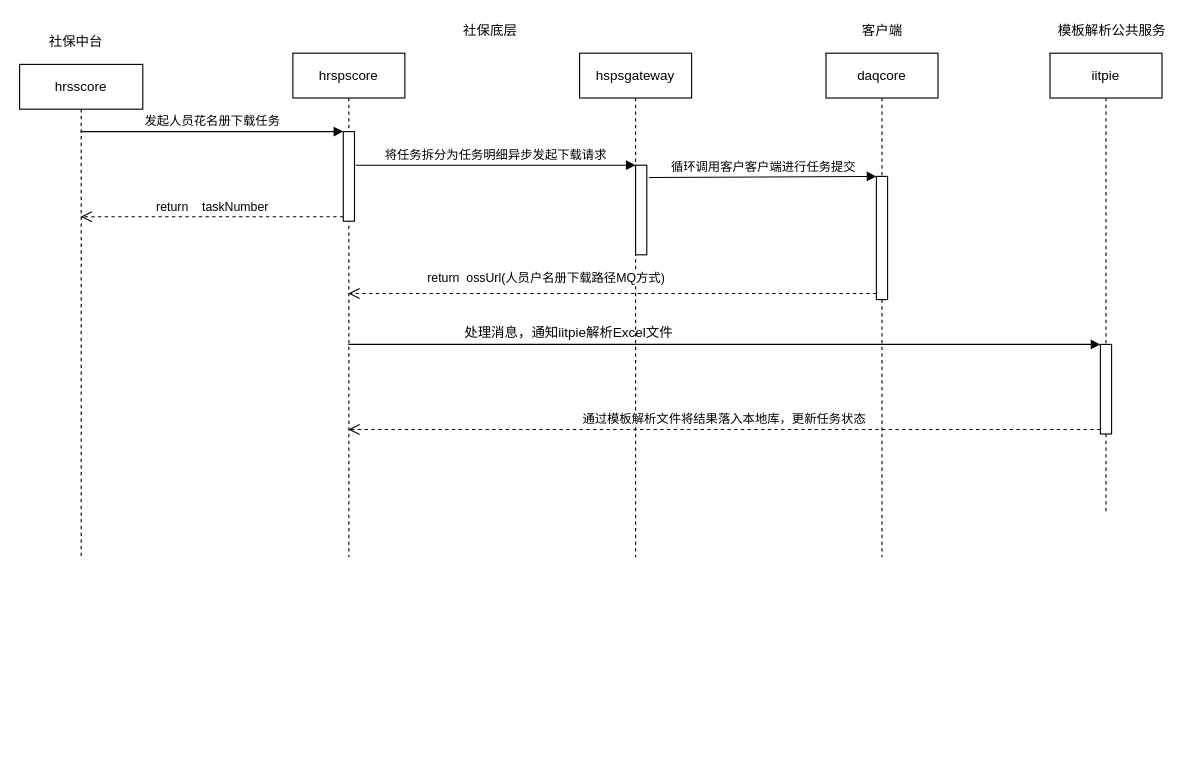
This is 【广州】人员花名册下载流程.drawio from YYB1024/myRemoteRepo, a draw.io file, before an edit. Source tidied: cells renumbered, new cells numbered last; positions are measured from the earlier drawing's top-left corner, leaving out a move shared by most shapes. Both pictures are drawn from the tidied source at 112%, with x=0, y=0 at pixel (19, 19).
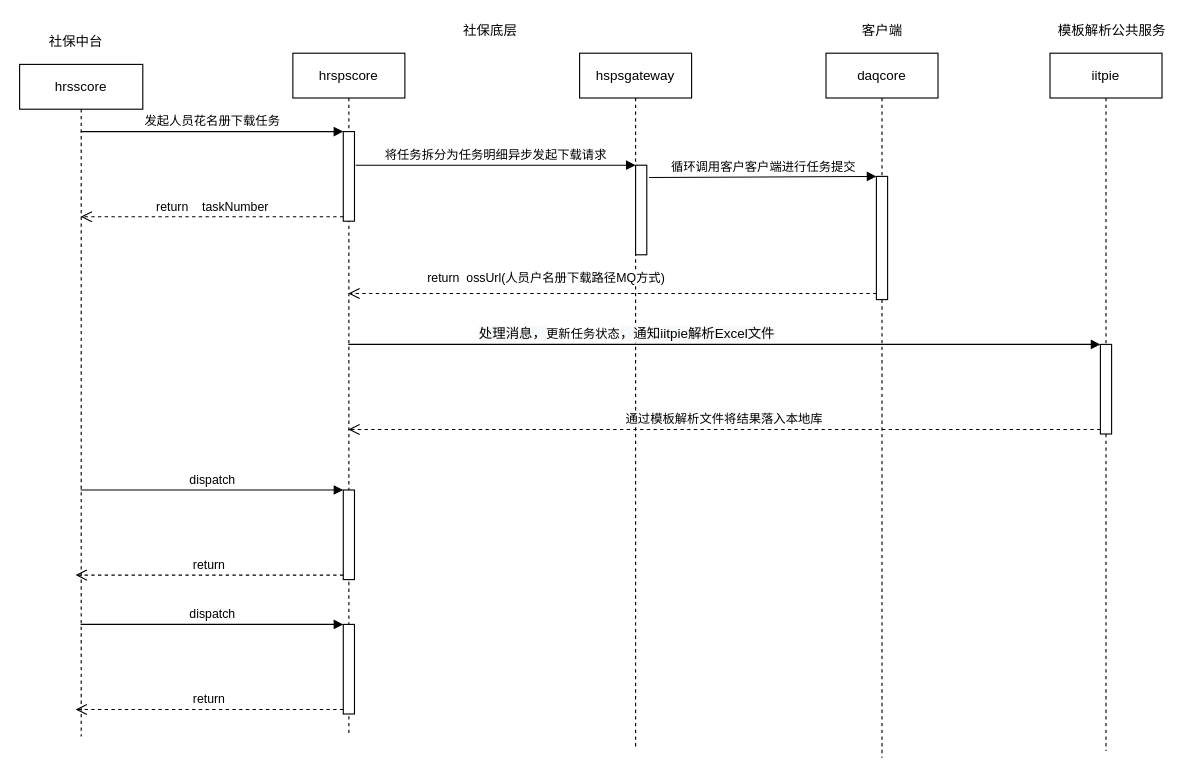
After the change.

Commit message:
更新【广州】人员花名册下载流程.drawio

The change refers to these unchanged cells:
```xml
<mxCell id="13" style="html=1;points=[];perimeter=orthogonalPerimeter;" parent="12" vertex="1">
  <mxGeometry x="45" y="260" width="10" height="80" as="geometry" />
</mxCell>
<mxCell id="20" style="html=1;verticalAlign=bottom;endArrow=block;entryX=0;entryY=0;rounded=0;" parent="1" edge="1" source="4" target="13">
  <mxGeometry relative="1" as="geometry" />
</mxCell>
```

The edit, as a diff of the source:
```diff
@@
     <mxCell id="2" value="hrsscore" style="shape=umlLifeline;perimeter=lifelinePerimeter;whiteSpace=wrap;html=1;outlineConnect=0;" parent="1" vertex="1">
-      <mxGeometry y="40" width="110" height="440" as="geometry" />
+      <mxGeometry y="40" width="110" height="600" as="geometry" />
     </mxCell>
@@
     <mxCell id="4" value="hrspscore" style="shape=umlLifeline;perimeter=lifelinePerimeter;whiteSpace=wrap;html=1;outlineConnect=0;" parent="1" vertex="1">
-      <mxGeometry x="244" y="30" width="100" height="450" as="geometry" />
+      <mxGeometry x="244" y="30" width="100" height="610" as="geometry" />
     </mxCell>
@@
+    <mxCell id="23" style="html=1;points=[];perimeter=orthogonalPerimeter;" parent="4" vertex="1">
+      <mxGeometry x="45" y="390" width="10" height="80" as="geometry" />
+    </mxCell>
+    <mxCell id="24" value="return" style="html=1;verticalAlign=bottom;endArrow=open;dashed=1;endSize=8;exitX=0;exitY=0.95;rounded=0;" parent="4" edge="1" source="23">
+      <mxGeometry relative="1" as="geometry">
+        <mxPoint x="-194" y="466" as="targetPoint" />
+      </mxGeometry>
+    </mxCell>
+    <mxCell id="25" style="html=1;points=[];perimeter=orthogonalPerimeter;" parent="4" vertex="1">
+      <mxGeometry x="45" y="510" width="10" height="80" as="geometry" />
+    </mxCell>
+    <mxCell id="26" value="return" style="html=1;verticalAlign=bottom;endArrow=open;dashed=1;endSize=8;exitX=0;exitY=0.95;rounded=0;" parent="4" edge="1" source="25">
+      <mxGeometry relative="1" as="geometry">
+        <mxPoint x="-194" y="586" as="targetPoint" />
+      </mxGeometry>
+    </mxCell>
+    <mxCell id="27" value="dispatch" style="html=1;verticalAlign=bottom;endArrow=block;entryX=0;entryY=0;rounded=0;" parent="4" edge="1" target="25">
+      <mxGeometry relative="1" as="geometry">
+        <mxPoint x="-189.5" y="510" as="sourcePoint" />
+      </mxGeometry>
+    </mxCell>
@@
     <mxCell id="7" value="hspsgateway" style="shape=umlLifeline;perimeter=lifelinePerimeter;whiteSpace=wrap;html=1;" parent="1" vertex="1">
-      <mxGeometry x="500" y="30" width="100" height="450" as="geometry" />
+      <mxGeometry x="500" y="30" width="100" height="619" as="geometry" />
     </mxCell>
@@
     <mxCell id="9" value="daqcore" style="shape=umlLifeline;perimeter=lifelinePerimeter;whiteSpace=wrap;html=1;" parent="1" vertex="1">
-      <mxGeometry x="720" y="30" width="100" height="450" as="geometry" />
+      <mxGeometry x="720" y="30" width="100" height="629" as="geometry" />
     </mxCell>
@@
     <mxCell id="12" value="iitpie" style="shape=umlLifeline;perimeter=lifelinePerimeter;whiteSpace=wrap;html=1;" parent="1" vertex="1">
-      <mxGeometry x="920" y="30" width="100" height="410" as="geometry" />
+      <mxGeometry x="920" y="30" width="100" height="623" as="geometry" />
     </mxCell>
@@
-    <mxCell id="21" value="处理消息，通知iitpie解析Excel文件" style="text;html=1;align=center;verticalAlign=middle;strokeColor=none;fillColor=none;" parent="1" vertex="1">
-      <mxGeometry x="390" y="270" width="200" height="20" as="geometry" />
-    </mxCell>
+    <mxCell id="28" value="&lt;span style=&quot;font-size: 12px ; background-color: rgb(248 , 249 , 250)&quot;&gt;处理消息，&lt;/span&gt;更新任务状态&lt;span style=&quot;font-size: 12px ; background-color: rgb(248 , 249 , 250)&quot;&gt;，通知iitpie解析Excel文件&lt;/span&gt;" style="edgeLabel;html=1;align=center;verticalAlign=middle;" parent="20" vertex="1">
+      <mxGeometry x="-0.53" y="4" relative="1" as="geometry">
+        <mxPoint x="90" y="-6" as="offset" />
+      </mxGeometry>
+    </mxCell>
-    <mxCell id="22" value="通过模板解析文件将结果落入本地库，更新任务状态" style="html=1;verticalAlign=bottom;endArrow=open;dashed=1;endSize=8;exitX=0;exitY=0.95;rounded=0;" parent="1" edge="1" source="13" target="4">
+    <mxCell id="22" value="通过模板解析文件将结果落入本地库" style="html=1;verticalAlign=bottom;endArrow=open;dashed=1;endSize=8;exitX=0;exitY=0.95;rounded=0;" parent="1" edge="1" source="13" target="4">
       <mxGeometry relative="1" as="geometry" />
     </mxCell>
+    <mxCell id="29" value="dispatch" style="html=1;verticalAlign=bottom;endArrow=block;entryX=0;entryY=0;rounded=0;" parent="1" edge="1" source="2" target="23">
+      <mxGeometry relative="1" as="geometry" />
+    </mxCell>
```
